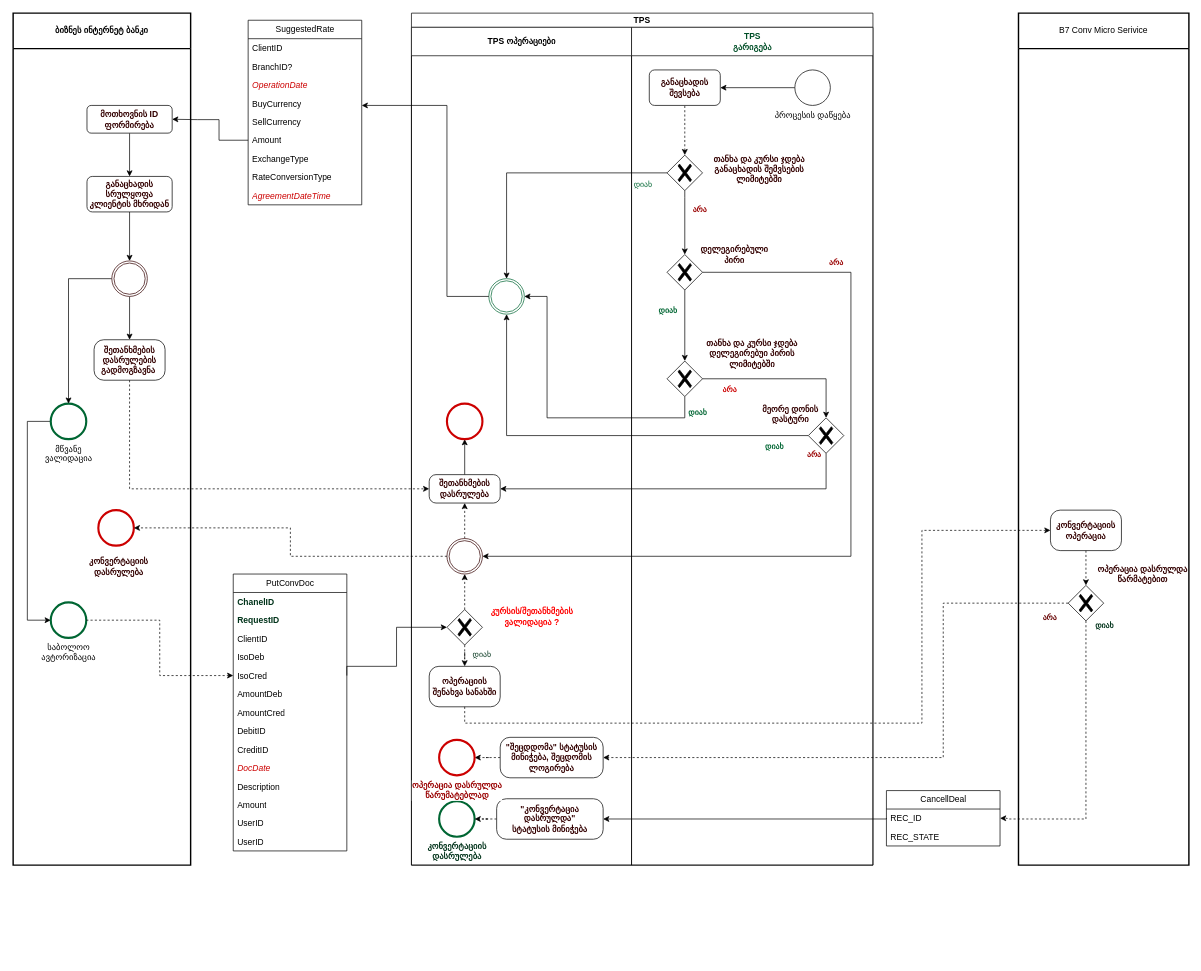
Earlier version of the draw.io diagram page "შეღავთიანი კურსზე სიტყვიერი შეთანხმება" (2 of 4) of RateDealProcessDiagram.drawio (vaso514d/drawio). Source tidied: cells renumbered, new cells numbered last; positions are measured from the earlier drawing's top-left corner, leaving out a move shared by most shapes. Both pictures are drawn from the tidied source at 71%, with x=0, y=0 at pixel (13, 13).
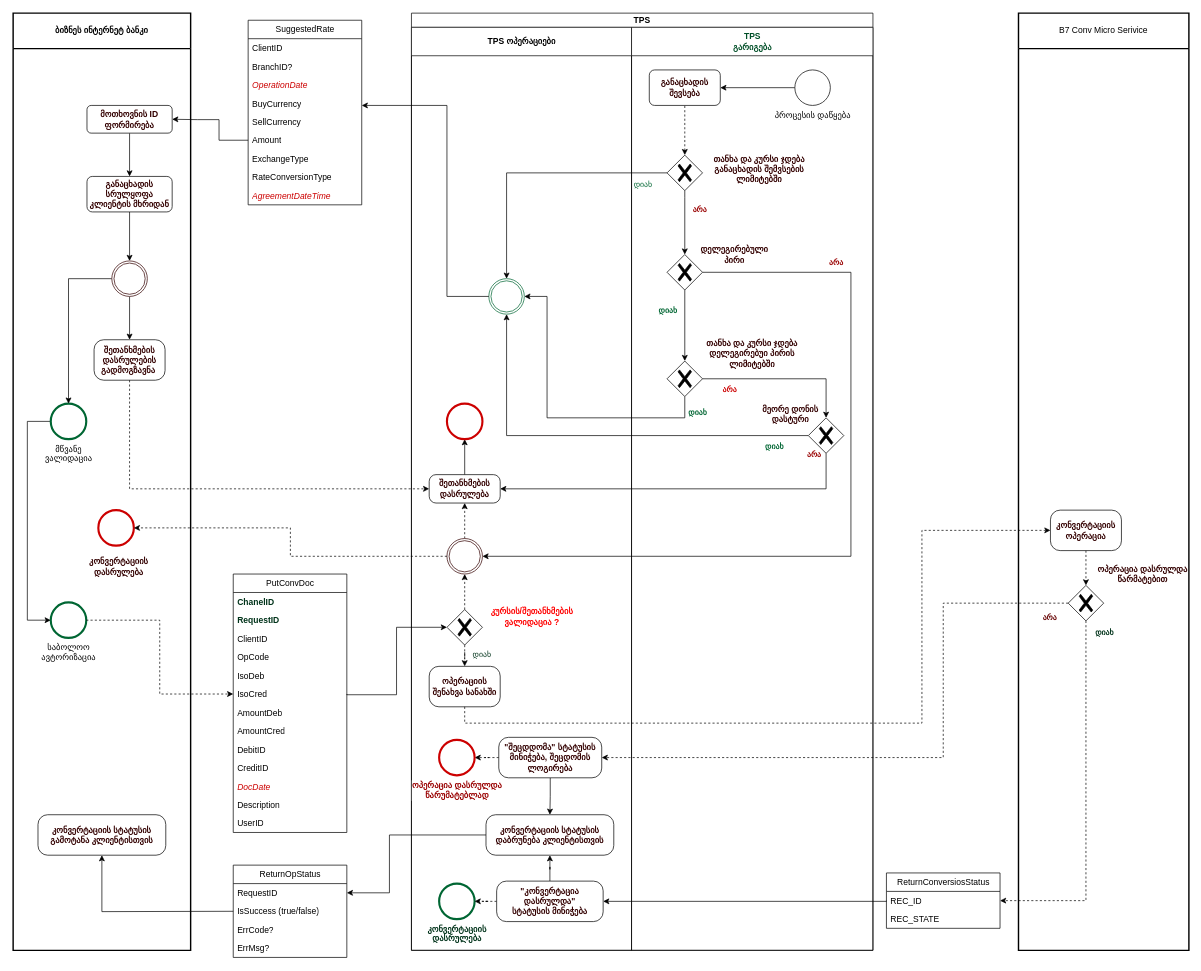
After the change.

The change refers to these unchanged cells:
```xml
<mxCell id="32" style="points=[[0.25,0.25,0],[0.5,0,0],[0.75,0.25,0],[1,0.5,0],[0.75,0.75,0],[0.5,1,0],[0.25,0.75,0],[0,0.5,0]];shape=mxgraph.bpmn.gateway2;html=1;verticalLabelPosition=bottom;labelBackgroundColor=#ffffff;verticalAlign=top;align=center;perimeter=rhombusPerimeter;outlineConnect=0;outline=none;symbol=none;gwType=exclusive;fontColor=#CC0000;" parent="25" vertex="1">
  <mxGeometry x="50" y="820" width="50" height="50" as="geometry" />
</mxCell>
<mxCell id="79" style="points=[[0.25,0.25,0],[0.5,0,0],[0.75,0.25,0],[1,0.5,0],[0.75,0.75,0],[0.5,1,0],[0.25,0.75,0],[0,0.5,0]];shape=mxgraph.bpmn.gateway2;html=1;verticalLabelPosition=bottom;labelBackgroundColor=#ffffff;verticalAlign=top;align=center;perimeter=rhombusPerimeter;outlineConnect=0;outline=none;symbol=none;gwType=exclusive;fontColor=#CC0000;" parent="76" vertex="1">
  <mxGeometry x="70" y="806" width="50" height="50" as="geometry" />
</mxCell>
<mxCell id="105" value="REC_ID" style="text;strokeColor=none;fillColor=none;align=left;verticalAlign=top;spacingLeft=4;spacingRight=4;overflow=hidden;points=[[0,0.5],[1,0.5]];portConstraint=eastwest;whiteSpace=wrap;html=1;fontColor=#000000;" parent="104" vertex="1">
  <mxGeometry y="26" width="160" height="26" as="geometry" />
</mxCell>
```

Change to the diagram source:
```diff
@@
     <mxCell id="2" value="&lt;b&gt;ბიზნეს ინტერნეტ ბანკი&lt;/b&gt;" style="swimlane;html=1;startSize=50;fontStyle=0;horizontal=1;swimlaneLine=1;strokeWidth=2;swimlaneFillColor=#ffffff;whiteSpace=wrap;" parent="1" vertex="1">
-      <mxGeometry width="250" height="1200" as="geometry" />
+      <mxGeometry width="250" height="1320" as="geometry" />
     </mxCell>
@@
+    <mxCell id="108" value="&lt;b&gt;კონვერტაციის სტატუსის&lt;br&gt;გამოტანა კლიენტისთვის&lt;br&gt;&lt;/b&gt;" style="rounded=1;whiteSpace=wrap;html=1;labelBackgroundColor=none;fontColor=#330000;arcSize=24;" parent="2" vertex="1">
+      <mxGeometry x="35" y="1129" width="180" height="57" as="geometry" />
+    </mxCell>
     <mxCell id="16" value="TPS" style="swimlane;html=1;startSize=20;whiteSpace=wrap;" parent="1" vertex="1">
-      <mxGeometry x="561" width="650" height="1200" as="geometry" />
+      <mxGeometry x="561" width="650" height="1320" as="geometry" />
     </mxCell>
@@
     <mxCell id="25" value="TPS ოპერაციები" style="swimlane;html=1;startSize=40;" parent="16" vertex="1">
-      <mxGeometry y="20" width="310" height="1180" as="geometry" />
+      <mxGeometry y="20" width="310" height="1300" as="geometry" />
     </mxCell>
@@
     <mxCell id="37" value="&lt;b&gt;&lt;font color=&quot;#00331a&quot;&gt;კონვერტაციის&lt;br&gt;დასრულება&lt;/font&gt;&lt;/b&gt;" style="points=[[0.145,0.145,0],[0.5,0,0],[0.855,0.145,0],[1,0.5,0],[0.855,0.855,0],[0.5,1,0],[0.145,0.855,0],[0,0.5,0]];shape=mxgraph.bpmn.event;html=1;verticalLabelPosition=bottom;labelBackgroundColor=#ffffff;verticalAlign=top;align=center;perimeter=ellipsePerimeter;outlineConnect=0;outline=end;symbol=terminate2;fontColor=#000000;strokeColor=#006633;" parent="25" vertex="1">
-      <mxGeometry x="39" y="1090" width="50" height="50" as="geometry" />
+      <mxGeometry x="39" y="1206" width="50" height="50" as="geometry" />
     </mxCell>
@@
+    <mxCell id="109" style="edgeStyle=orthogonalEdgeStyle;rounded=0;jettySize=auto;html=1;entryX=0.5;entryY=1;entryDx=0;entryDy=0;fontColor=#FF0000;" parent="25" edge="1" source="39" target="111">
+      <mxGeometry relative="1" as="geometry" />
+    </mxCell>
     <mxCell id="39" value="&lt;b&gt;&quot;კონვერტაცია დასრულდა&quot;&lt;br&gt;სტატუსის მინიჭება&lt;br&gt;&lt;/b&gt;" style="rounded=1;whiteSpace=wrap;html=1;labelBackgroundColor=none;fontColor=#330000;arcSize=24;" parent="25" vertex="1">
-      <mxGeometry x="120" y="1086.5" width="150" height="57" as="geometry" />
+      <mxGeometry x="120" y="1202.5" width="150" height="57" as="geometry" />
     </mxCell>
@@
+    <mxCell id="110" style="edgeStyle=orthogonalEdgeStyle;rounded=0;jettySize=auto;html=1;entryX=0.5;entryY=0;entryDx=0;entryDy=0;fontColor=#FF0000;" parent="25" edge="1" source="41" target="111">
+      <mxGeometry relative="1" as="geometry" />
+    </mxCell>
     <mxCell id="41" value="&lt;b&gt;&quot;შეცდდომა&quot; სტატუსის&lt;br&gt;მინიჭება, შეცდომის ლოგირება&lt;br&gt;&lt;/b&gt;" style="rounded=1;whiteSpace=wrap;html=1;labelBackgroundColor=none;fontColor=#330000;arcSize=24;" parent="25" vertex="1">
-      <mxGeometry x="125" y="1000" width="145" height="57" as="geometry" />
+      <mxGeometry x="123" y="1000" width="145" height="57" as="geometry" />
     </mxCell>
@@
+    <mxCell id="111" value="&lt;b&gt;კონვერტაციის სტატუსის&lt;br&gt;დაბრუნება კლიენტისთვის&lt;br&gt;&lt;/b&gt;" style="rounded=1;whiteSpace=wrap;html=1;labelBackgroundColor=none;fontColor=#330000;arcSize=24;" parent="25" vertex="1">
+      <mxGeometry x="105" y="1109" width="180" height="57" as="geometry" />
+    </mxCell>
@@
     <mxCell id="45" value="&lt;b style=&quot;border-color: var(--border-color); color: rgb(0, 79, 40);&quot;&gt;TPS&lt;br style=&quot;border-color: var(--border-color);&quot;&gt;გარიგება&lt;/b&gt;" style="swimlane;html=1;startSize=40;" parent="16" vertex="1">
-      <mxGeometry x="310" y="20" width="340" height="1180" as="geometry" />
+      <mxGeometry x="310" y="20" width="340" height="1300" as="geometry" />
     </mxCell>
@@
     <mxCell id="76" value="B7 Conv Micro Serivice" style="swimlane;html=1;startSize=50;fontStyle=0;horizontal=1;swimlaneLine=1;strokeWidth=2;swimlaneFillColor=#ffffff;whiteSpace=wrap;" parent="1" vertex="1">
-      <mxGeometry x="1416" width="240" height="1200" as="geometry" />
+      <mxGeometry x="1416" width="240" height="1320" as="geometry" />
     </mxCell>
@@
     <mxCell id="82" value="PutConvDoc" style="swimlane;fontStyle=0;horizontal=1;startSize=26;fillColor=none;html=1;fontColor=#000000;" parent="1" vertex="1">
-      <mxGeometry x="310" y="790" width="160" height="390" as="geometry" />
+      <mxGeometry x="310" y="790" width="160" height="364" as="geometry" />
     </mxCell>
@@
+    <mxCell id="112" value="OpCode" style="text;strokeColor=none;fillColor=none;align=left;verticalAlign=top;spacingLeft=4;spacingRight=4;overflow=hidden;whiteSpace=wrap;html=1;fontColor=#000000;" parent="82" vertex="1">
+      <mxGeometry y="104" width="160" height="26" as="geometry" />
+    </mxCell>
     <mxCell id="86" value="IsoDeb" style="text;strokeColor=none;fillColor=none;align=left;verticalAlign=top;spacingLeft=4;spacingRight=4;overflow=hidden;whiteSpace=wrap;html=1;fontColor=#000000;" parent="82" vertex="1">
-      <mxGeometry y="104" width="160" height="26" as="geometry" />
+      <mxGeometry y="130" width="160" height="26" as="geometry" />
     </mxCell>
     <mxCell id="87" value="IsoCred" style="text;strokeColor=none;fillColor=none;align=left;verticalAlign=top;spacingLeft=4;spacingRight=4;overflow=hidden;points=[[0,0.5],[1,0.5]];portConstraint=eastwest;whiteSpace=wrap;html=1;fontColor=#000000;" parent="82" vertex="1">
-      <mxGeometry y="130" width="160" height="26" as="geometry" />
+      <mxGeometry y="156" width="160" height="26" as="geometry" />
     </mxCell>
     <mxCell id="88" value="AmountDeb" style="text;strokeColor=none;fillColor=none;align=left;verticalAlign=top;spacingLeft=4;spacingRight=4;overflow=hidden;whiteSpace=wrap;html=1;fontColor=#000000;" parent="82" vertex="1">
-      <mxGeometry y="156" width="160" height="26" as="geometry" />
+      <mxGeometry y="182" width="160" height="26" as="geometry" />
     </mxCell>
     <mxCell id="89" value="AmountCred" style="text;strokeColor=none;fillColor=none;align=left;verticalAlign=top;spacingLeft=4;spacingRight=4;overflow=hidden;whiteSpace=wrap;html=1;fontColor=#000000;" parent="82" vertex="1">
-      <mxGeometry y="182" width="160" height="26" as="geometry" />
+      <mxGeometry y="208" width="160" height="26" as="geometry" />
     </mxCell>
     <mxCell id="90" value="DebitID" style="text;strokeColor=none;fillColor=none;align=left;verticalAlign=top;spacingLeft=4;spacingRight=4;overflow=hidden;whiteSpace=wrap;html=1;fontColor=#000000;" parent="82" vertex="1">
-      <mxGeometry y="208" width="160" height="26" as="geometry" />
+      <mxGeometry y="234" width="160" height="26" as="geometry" />
     </mxCell>
     <mxCell id="91" value="CreditID" style="text;strokeColor=none;fillColor=none;align=left;verticalAlign=top;spacingLeft=4;spacingRight=4;overflow=hidden;whiteSpace=wrap;html=1;fontColor=#000000;" parent="82" vertex="1">
-      <mxGeometry y="234" width="160" height="26" as="geometry" />
+      <mxGeometry y="260" width="160" height="26" as="geometry" />
     </mxCell>
     <mxCell id="92" value="DocDate" style="text;strokeColor=none;fillColor=none;align=left;verticalAlign=top;spacingLeft=4;spacingRight=4;overflow=hidden;whiteSpace=wrap;html=1;fontColor=#CC0000;fontStyle=2;" parent="82" vertex="1">
-      <mxGeometry y="260" width="160" height="26" as="geometry" />
+      <mxGeometry y="286" width="160" height="26" as="geometry" />
     </mxCell>
     <mxCell id="93" value="Description" style="text;strokeColor=none;fillColor=none;align=left;verticalAlign=top;spacingLeft=4;spacingRight=4;overflow=hidden;whiteSpace=wrap;html=1;fontColor=#000000;" parent="82" vertex="1">
-      <mxGeometry y="286" width="160" height="26" as="geometry" />
+      <mxGeometry y="312" width="160" height="26" as="geometry" />
     </mxCell>
-    <mxCell id="94" value="Amount" style="text;strokeColor=none;fillColor=none;align=left;verticalAlign=top;spacingLeft=4;spacingRight=4;overflow=hidden;whiteSpace=wrap;html=1;fontColor=#000000;" parent="82" vertex="1">
-      <mxGeometry y="312" width="160" height="26" as="geometry" />
-    </mxCell>
@@
-    <mxCell id="96" value="UserID" style="text;strokeColor=none;fillColor=none;align=left;verticalAlign=top;spacingLeft=4;spacingRight=4;overflow=hidden;whiteSpace=wrap;html=1;fontColor=#000000;" parent="82" vertex="1">
-      <mxGeometry y="364" width="160" height="26" as="geometry" />
-    </mxCell>
     <mxCell id="97" style="edgeStyle=orthogonalEdgeStyle;rounded=0;jettySize=auto;html=1;exitX=1;exitY=0.5;exitDx=0;exitDy=0;fontColor=#660000;entryX=0;entryY=0.5;entryDx=0;entryDy=0;entryPerimeter=0;" parent="1" edge="1" source="87" target="32">
       <mxGeometry relative="1" as="geometry">
         <Array as="points">
-          <mxPoint x="470" y="920" />
-          <mxPoint x="540" y="920" />
+          <mxPoint x="470" y="960" />
+          <mxPoint x="540" y="960" />
           <mxPoint x="540" y="865" />
         </Array>
       </mxGeometry>
     </mxCell>
@@
     <mxCell id="100" style="edgeStyle=orthogonalEdgeStyle;rounded=0;jettySize=auto;html=1;dashed=1;fontColor=#00331A;entryX=1;entryY=0.5;entryDx=0;entryDy=0;exitX=0.5;exitY=1;exitDx=0;exitDy=0;exitPerimeter=0;" parent="1" edge="1" source="79" target="105">
       <mxGeometry relative="1" as="geometry">
         <Array as="points">
-          <mxPoint x="1511" y="1135" />
-          <mxPoint x="1400" y="1135" />
+          <mxPoint x="1511" y="1250" />
         </Array>
       </mxGeometry>
     </mxCell>
@@
-    <mxCell id="104" value="CancellDeal" style="swimlane;fontStyle=0;horizontal=1;startSize=26;fillColor=none;html=1;fontColor=#000000;" parent="1" vertex="1">
-      <mxGeometry x="1230" y="1095" width="160" height="78" as="geometry" />
+    <mxCell id="104" value="ReturnConversiosStatus" style="swimlane;fontStyle=0;horizontal=1;startSize=26;fillColor=none;html=1;fontColor=#000000;" parent="1" vertex="1">
+      <mxGeometry x="1230" y="1211" width="160" height="78" as="geometry" />
     </mxCell>
@@
     <mxCell id="107" style="edgeStyle=orthogonalEdgeStyle;rounded=0;jettySize=auto;html=1;entryX=1;entryY=0.5;entryDx=0;entryDy=0;fontColor=#FF0000;exitX=0;exitY=0.5;exitDx=0;exitDy=0;" parent="1" edge="1" source="105" target="39">
       <mxGeometry relative="1" as="geometry">
         <Array as="points">
-          <mxPoint x="1230" y="1135" />
+          <mxPoint x="1230" y="1251" />
         </Array>
       </mxGeometry>
     </mxCell>
+    <mxCell id="113" style="edgeStyle=orthogonalEdgeStyle;rounded=0;jettySize=auto;html=1;fontColor=#FF0000;entryX=1;entryY=0.5;entryDx=0;entryDy=0;" parent="1" edge="1" source="111" target="115">
+      <mxGeometry relative="1" as="geometry">
+        <Array as="points">
+          <mxPoint x="530" y="1158" />
+          <mxPoint x="530" y="1239" />
+        </Array>
+      </mxGeometry>
+    </mxCell>
+    <mxCell id="114" value="ReturnOpStatus" style="swimlane;fontStyle=0;horizontal=1;startSize=26;fillColor=none;html=1;fontColor=#000000;" parent="1" vertex="1">
+      <mxGeometry x="310" y="1200" width="160" height="130" as="geometry" />
+    </mxCell>
+    <mxCell id="115" value="RequestID" style="text;strokeColor=none;fillColor=none;align=left;verticalAlign=top;spacingLeft=4;spacingRight=4;overflow=hidden;points=[[0,0.5],[1,0.5]];portConstraint=eastwest;whiteSpace=wrap;html=1;fontColor=#000000;" parent="114" vertex="1">
+      <mxGeometry y="26" width="160" height="26" as="geometry" />
+    </mxCell>
+    <mxCell id="116" value="IsSuccess (true/false)" style="text;strokeColor=none;fillColor=none;align=left;verticalAlign=top;spacingLeft=4;spacingRight=4;overflow=hidden;whiteSpace=wrap;html=1;fontColor=#000000;" parent="114" vertex="1">
+      <mxGeometry y="52" width="160" height="26" as="geometry" />
+    </mxCell>
+    <mxCell id="117" value="ErrCode?" style="text;strokeColor=none;fillColor=none;align=left;verticalAlign=top;spacingLeft=4;spacingRight=4;overflow=hidden;whiteSpace=wrap;html=1;fontColor=#000000;" parent="114" vertex="1">
+      <mxGeometry y="78" width="160" height="26" as="geometry" />
+    </mxCell>
+    <mxCell id="118" value="ErrMsg?" style="text;strokeColor=none;fillColor=none;align=left;verticalAlign=top;spacingLeft=4;spacingRight=4;overflow=hidden;whiteSpace=wrap;html=1;fontColor=#000000;" parent="114" vertex="1">
+      <mxGeometry y="104" width="160" height="26" as="geometry" />
+    </mxCell>
+    <mxCell id="119" style="edgeStyle=orthogonalEdgeStyle;rounded=0;jettySize=auto;html=1;entryX=0.5;entryY=1;entryDx=0;entryDy=0;fontColor=#FF0000;" parent="1" edge="1" target="108">
+      <mxGeometry relative="1" as="geometry">
+        <mxPoint x="310" y="1265" as="sourcePoint" />
+      </mxGeometry>
+    </mxCell>
```
